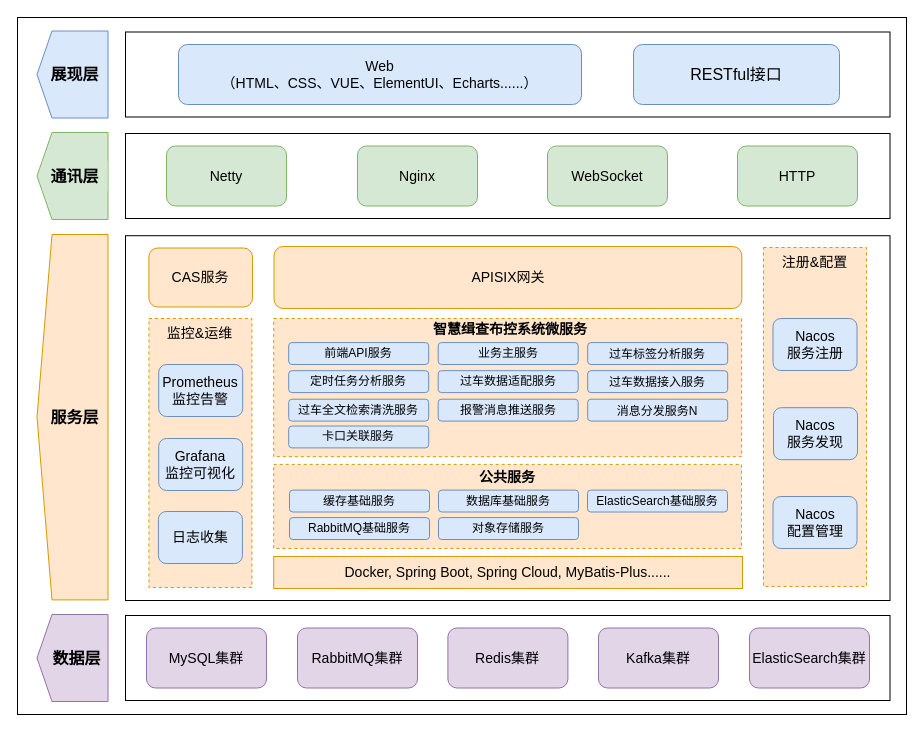
superhoy/drawio keeps this draw.io diagram as page "技术架构图" (4 of 7) of 2024-3.drawio. Above is the earlier version. Source tidied: cells renumbered, new cells numbered last; positions are measured from the earlier drawing's top-left corner, leaving out a move shared by most shapes. Both pictures are drawn from the tidied source at 100%, with x=0, y=0 at pixel (-111, 17).
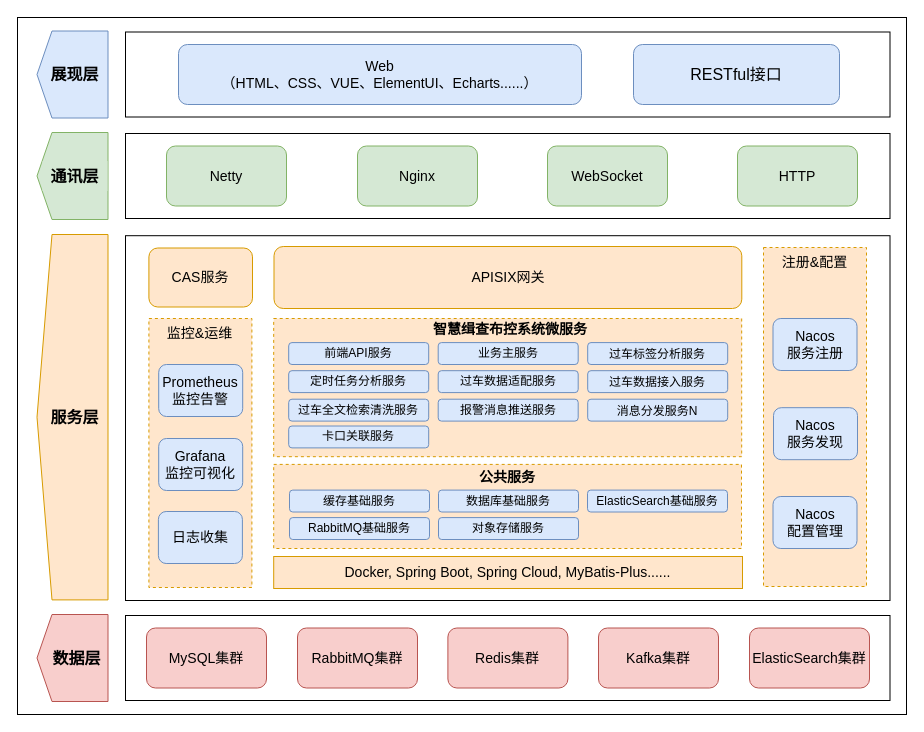
After the change.

Commit message:
修改技术架构图颜色

Change to the diagram source:
```diff
@@
-    <mxCell id="6" style="verticalLabelPosition=bottom;verticalAlign=top;html=1;shape=offPageConnector;rounded=0;size=0.21132040923496462;rotation=90;fillColor=#e1d5e7;strokeColor=#9673a6;" parent="1" vertex="1">
+    <mxCell id="6" style="verticalLabelPosition=bottom;verticalAlign=top;html=1;shape=offPageConnector;rounded=0;size=0.21132040923496462;rotation=90;fillColor=#f8cecc;strokeColor=#b85450;" parent="1" vertex="1">
       <mxGeometry x="139.5" y="605" width="87" height="71" as="geometry" />
     </mxCell>
@@
-    <mxCell id="23" value="&lt;span style=&quot;&quot;&gt;MySQL集群&lt;/span&gt;" style="rounded=1;whiteSpace=wrap;html=1;labelBackgroundColor=none;strokeColor=#9673a6;strokeWidth=1;fontSize=14;fillColor=#e1d5e7;fontColor=default;" parent="1" vertex="1">
+    <mxCell id="23" value="&lt;span style=&quot;&quot;&gt;MySQL集群&lt;/span&gt;" style="rounded=1;whiteSpace=wrap;html=1;labelBackgroundColor=none;strokeColor=#b85450;strokeWidth=1;fontSize=14;fillColor=#f8cecc;" parent="1" vertex="1">
       <mxGeometry x="257" y="610.5" width="120" height="60" as="geometry" />
     </mxCell>
-    <mxCell id="24" value="&lt;span style=&quot;&quot;&gt;RabbitMQ集群&lt;/span&gt;" style="rounded=1;whiteSpace=wrap;html=1;labelBackgroundColor=none;strokeColor=#9673a6;strokeWidth=1;fontSize=14;fillColor=#e1d5e7;" parent="1" vertex="1">
+    <mxCell id="24" value="&lt;span style=&quot;&quot;&gt;RabbitMQ集群&lt;/span&gt;" style="rounded=1;whiteSpace=wrap;html=1;labelBackgroundColor=none;strokeColor=#b85450;strokeWidth=1;fontSize=14;fillColor=#f8cecc;" parent="1" vertex="1">
       <mxGeometry x="408" y="610.5" width="120" height="60" as="geometry" />
     </mxCell>
-    <mxCell id="25" value="&lt;span style=&quot;&quot;&gt;Redis集群&lt;/span&gt;" style="rounded=1;whiteSpace=wrap;html=1;labelBackgroundColor=none;strokeColor=#9673a6;strokeWidth=1;fontSize=14;fillColor=#e1d5e7;" parent="1" vertex="1">
+    <mxCell id="25" value="&lt;span style=&quot;&quot;&gt;Redis集群&lt;/span&gt;" style="rounded=1;whiteSpace=wrap;html=1;labelBackgroundColor=none;strokeColor=#b85450;strokeWidth=1;fontSize=14;fillColor=#f8cecc;" parent="1" vertex="1">
       <mxGeometry x="558.4" y="610.5" width="120" height="60" as="geometry" />
     </mxCell>
-    <mxCell id="26" value="&lt;span style=&quot;&quot;&gt;Kafka集群&lt;/span&gt;" style="rounded=1;whiteSpace=wrap;html=1;labelBackgroundColor=none;strokeColor=#9673a6;strokeWidth=1;fontSize=14;fillColor=#e1d5e7;" parent="1" vertex="1">
+    <mxCell id="26" value="&lt;span style=&quot;&quot;&gt;Kafka集群&lt;/span&gt;" style="rounded=1;whiteSpace=wrap;html=1;labelBackgroundColor=none;strokeColor=#b85450;strokeWidth=1;fontSize=14;fillColor=#f8cecc;" parent="1" vertex="1">
       <mxGeometry x="709" y="610.5" width="120" height="60" as="geometry" />
     </mxCell>
-    <mxCell id="27" value="&lt;span style=&quot;&quot;&gt;ElasticSearch集群&lt;/span&gt;" style="rounded=1;whiteSpace=wrap;html=1;labelBackgroundColor=none;strokeColor=#9673a6;strokeWidth=1;fontSize=14;fillColor=#e1d5e7;" parent="1" vertex="1">
+    <mxCell id="27" value="&lt;span style=&quot;&quot;&gt;ElasticSearch集群&lt;/span&gt;" style="rounded=1;whiteSpace=wrap;html=1;labelBackgroundColor=none;strokeColor=#b85450;strokeWidth=1;fontSize=14;fillColor=#f8cecc;" parent="1" vertex="1">
       <mxGeometry x="860" y="610.5" width="120" height="60" as="geometry" />
     </mxCell>
```
